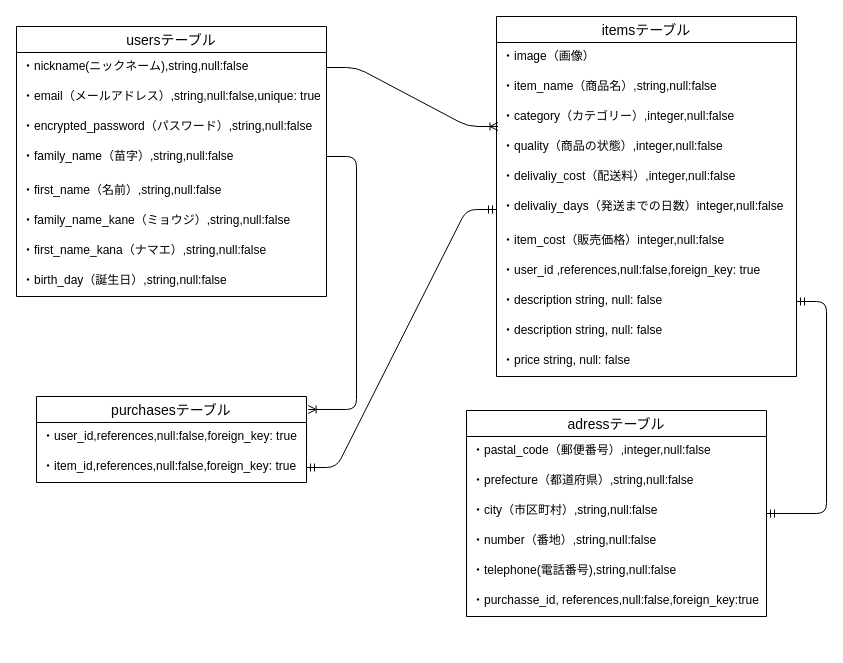
Above: furima.dio in yuta-d/furima-34332 (draw.io), before the change. Source tidied: cells renumbered, new cells numbered last; positions are measured from the earlier drawing's top-left corner, leaving out a move shared by most shapes. Both pictures are drawn from the tidied source at 100%, with x=0, y=0 at pixel (16, 16).
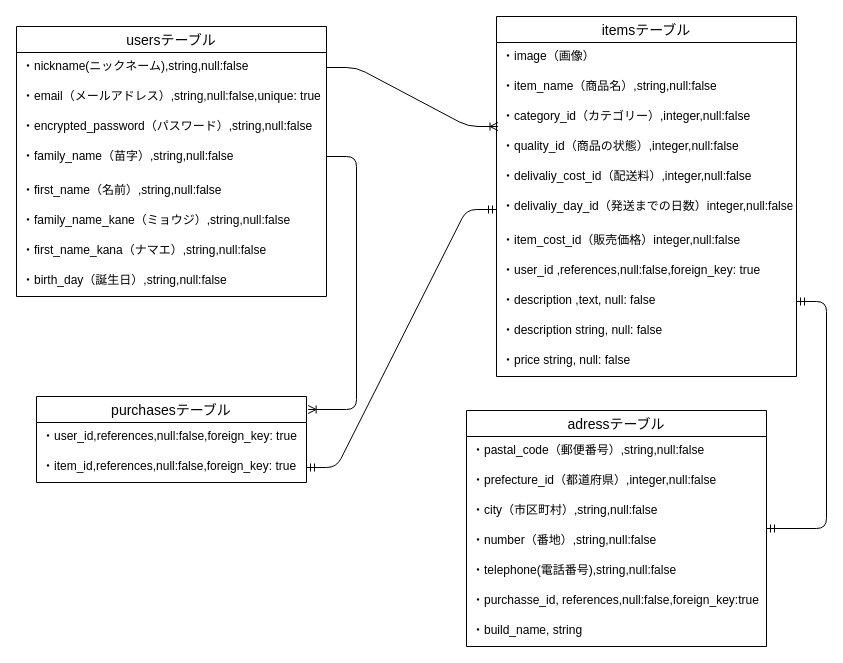
The same page after the edit.

Commit message (it also covers changes not shown here):
データベース設計修正２

The change refers to these unchanged cells:
```xml
<mxCell id="11" value="itemsテーブル" style="swimlane;fontStyle=0;horizontal=1;startSize=26;align=center;fontSize=14;" parent="1" vertex="1">
  <mxGeometry x="480" width="300" height="360" as="geometry" />
</mxCell>
```

What changed in the source:
```diff
@@
-    <mxCell id="14" value="・category（カテゴリー）,integer,null:false" style="text;strokeColor=none;fillColor=none;spacingLeft=4;spacingRight=4;overflow=hidden;points=[[0,0.5],[1,0.5]];portConstraint=eastwest;fontSize=12;" parent="11" vertex="1">
+    <mxCell id="14" value="・category_id（カテゴリー）,integer,null:false" style="text;strokeColor=none;fillColor=none;spacingLeft=4;spacingRight=4;overflow=hidden;points=[[0,0.5],[1,0.5]];portConstraint=eastwest;fontSize=12;" parent="11" vertex="1">
       <mxGeometry y="86" width="300" height="30" as="geometry" />
     </mxCell>
-    <mxCell id="15" value="・quality（商品の状態）,integer,null:false" style="text;strokeColor=none;fillColor=none;spacingLeft=4;spacingRight=4;overflow=hidden;fontSize=12;" parent="11" vertex="1">
+    <mxCell id="15" value="・quality_id（商品の状態）,integer,null:false" style="text;strokeColor=none;fillColor=none;spacingLeft=4;spacingRight=4;overflow=hidden;fontSize=12;" parent="11" vertex="1">
       <mxGeometry y="116" width="300" height="30" as="geometry" />
     </mxCell>
-    <mxCell id="16" value="・delivaliy_cost（配送料）,integer,null:false&#10;" style="text;strokeColor=none;fillColor=none;spacingLeft=4;spacingRight=4;overflow=hidden;fontSize=12;" parent="11" vertex="1">
+    <mxCell id="16" value="・delivaliy_cost_id（配送料）,integer,null:false&#10;" style="text;strokeColor=none;fillColor=none;spacingLeft=4;spacingRight=4;overflow=hidden;fontSize=12;" parent="11" vertex="1">
       <mxGeometry y="146" width="300" height="30" as="geometry" />
     </mxCell>
-    <mxCell id="17" value="・delivaliy_days（発送までの日数）integer,null:false" style="text;strokeColor=none;fillColor=none;spacingLeft=4;spacingRight=4;overflow=hidden;points=[[0,0.5],[1,0.5]];portConstraint=eastwest;fontSize=12;" parent="11" vertex="1">
+    <mxCell id="17" value="・delivaliy_day_id（発送までの日数）integer,null:false" style="text;strokeColor=none;fillColor=none;spacingLeft=4;spacingRight=4;overflow=hidden;points=[[0,0.5],[1,0.5]];portConstraint=eastwest;fontSize=12;" parent="11" vertex="1">
       <mxGeometry y="176" width="300" height="34" as="geometry" />
     </mxCell>
-    <mxCell id="18" value="・item_cost（販売価格）integer,null:false" style="text;strokeColor=none;fillColor=none;spacingLeft=4;spacingRight=4;overflow=hidden;fontSize=12;" parent="11" vertex="1">
+    <mxCell id="18" value="・item_cost_id（販売価格）integer,null:false" style="text;strokeColor=none;fillColor=none;spacingLeft=4;spacingRight=4;overflow=hidden;fontSize=12;" parent="11" vertex="1">
       <mxGeometry y="210" width="300" height="30" as="geometry" />
     </mxCell>
@@
-    <mxCell id="20" value="・description string, null: false" style="text;strokeColor=none;fillColor=none;spacingLeft=4;spacingRight=4;overflow=hidden;points=[[0,0.5],[1,0.5]];portConstraint=eastwest;fontSize=12;" parent="11" vertex="1">
+    <mxCell id="20" value="・description ,text, null: false" style="text;strokeColor=none;fillColor=none;spacingLeft=4;spacingRight=4;overflow=hidden;points=[[0,0.5],[1,0.5]];portConstraint=eastwest;fontSize=12;" parent="11" vertex="1">
       <mxGeometry y="270" width="300" height="30" as="geometry" />
     </mxCell>
@@
     <mxCell id="28" value="adressテーブル" style="swimlane;fontStyle=0;horizontal=1;startSize=26;align=center;fontSize=14;" parent="1" vertex="1">
-      <mxGeometry x="450" y="394" width="300" height="206" as="geometry" />
+      <mxGeometry x="450" y="394" width="300" height="236" as="geometry" />
     </mxCell>
-    <mxCell id="29" value="・pastal_code（郵便番号）,integer,null:false" style="text;strokeColor=none;fillColor=none;spacingLeft=4;spacingRight=4;overflow=hidden;fontSize=12;" parent="28" vertex="1">
+    <mxCell id="29" value="・pastal_code（郵便番号）,string,null:false" style="text;strokeColor=none;fillColor=none;spacingLeft=4;spacingRight=4;overflow=hidden;fontSize=12;" parent="28" vertex="1">
       <mxGeometry y="26" width="300" height="30" as="geometry" />
     </mxCell>
-    <mxCell id="30" value="・prefecture（都道府県）,string,null:false" style="text;strokeColor=none;fillColor=none;spacingLeft=4;spacingRight=4;overflow=hidden;fontSize=12;" parent="28" vertex="1">
+    <mxCell id="30" value="・prefecture_id（都道府県）,integer,null:false" style="text;strokeColor=none;fillColor=none;spacingLeft=4;spacingRight=4;overflow=hidden;fontSize=12;" parent="28" vertex="1">
       <mxGeometry y="56" width="300" height="30" as="geometry" />
     </mxCell>
@@
+    <mxCell id="37" value="・build_name, string" style="text;strokeColor=none;fillColor=none;spacingLeft=4;spacingRight=4;overflow=hidden;fontSize=12;" parent="28" vertex="1">
+      <mxGeometry y="206" width="300" height="30" as="geometry" />
+    </mxCell>
```
